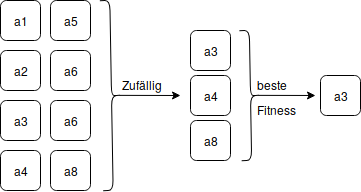
Above: doku/PraxisBerichtTeX/img/tunier.png in OgLocGreen/Genetic_Algorithm (draw.io), before the change. Source tidied: cells renumbered, new cells last; positions are measured from the earlier drawing's top-left corner, leaving out a move shared by most shapes. Source of this version:
```xml
<mxGraphModel>
  <root>
    <mxCell id="0" />
    <mxCell id="1" parent="0" />
    <mxCell id="2" value="a1" style="rounded=1;whiteSpace=wrap;html=1;" parent="1" vertex="1">
      <mxGeometry width="40" height="40" as="geometry" />
    </mxCell>
    <mxCell id="3" value="a2" style="rounded=1;whiteSpace=wrap;html=1;" parent="1" vertex="1">
      <mxGeometry y="50" width="40" height="40" as="geometry" />
    </mxCell>
    <mxCell id="4" value="a3" style="rounded=1;whiteSpace=wrap;html=1;" parent="1" vertex="1">
      <mxGeometry y="100" width="40" height="40" as="geometry" />
    </mxCell>
    <mxCell id="5" value="a5" style="rounded=1;whiteSpace=wrap;html=1;" parent="1" vertex="1">
      <mxGeometry x="50" width="40" height="40" as="geometry" />
    </mxCell>
    <mxCell id="6" value="a6" style="rounded=1;whiteSpace=wrap;html=1;" parent="1" vertex="1">
      <mxGeometry x="50" y="50" width="40" height="40" as="geometry" />
    </mxCell>
    <mxCell id="7" value="a6" style="rounded=1;whiteSpace=wrap;html=1;" parent="1" vertex="1">
      <mxGeometry x="50" y="100" width="40" height="40" as="geometry" />
    </mxCell>
    <mxCell id="8" value="a4" style="rounded=1;whiteSpace=wrap;html=1;" parent="1" vertex="1">
      <mxGeometry y="150" width="40" height="40" as="geometry" />
    </mxCell>
    <mxCell id="9" value="a8" style="rounded=1;whiteSpace=wrap;html=1;" parent="1" vertex="1">
      <mxGeometry x="50" y="150" width="40" height="40" as="geometry" />
    </mxCell>
    <mxCell id="10" style="endArrow=classic;html=1;exitX=0.1;exitY=0.5;exitDx=0;exitDy=0;exitPerimeter=0;entryX=1;entryY=1;entryDx=0;entryDy=0;entryPerimeter=0;" parent="1" edge="1" source="19" target="11">
      <mxGeometry relative="1" as="geometry" />
    </mxCell>
    <mxCell id="11" value="Zufällig" style="text;html=1;points=[];align=left;verticalAlign=top;spacingTop=-4;" parent="1" vertex="1">
      <mxGeometry x="120" y="75" width="60" height="20" as="geometry" />
    </mxCell>
    <mxCell id="12" value="a3" style="rounded=1;whiteSpace=wrap;html=1;" parent="1" vertex="1">
      <mxGeometry x="190" y="30" width="40" height="40" as="geometry" />
    </mxCell>
    <mxCell id="13" value="a4" style="rounded=1;whiteSpace=wrap;html=1;" parent="1" vertex="1">
      <mxGeometry x="190" y="75" width="40" height="40" as="geometry" />
    </mxCell>
    <mxCell id="14" value="a8" style="rounded=1;whiteSpace=wrap;html=1;" parent="1" vertex="1">
      <mxGeometry x="190" y="120" width="40" height="40" as="geometry" />
    </mxCell>
    <mxCell id="15" style="endArrow=classic;html=1;exitX=0.1;exitY=0.5;exitDx=0;exitDy=0;exitPerimeter=0;" parent="1" edge="1" source="20">
      <mxGeometry relative="1" as="geometry">
        <mxPoint x="315" y="95" as="targetPoint" />
      </mxGeometry>
    </mxCell>
    <mxCell id="16" value="beste" style="text;html=1;align=left;verticalAlign=top;spacingTop=-4;" parent="1" vertex="1">
      <mxGeometry x="255" y="75" width="50" height="20" as="geometry" />
    </mxCell>
    <mxCell id="17" value="Fitness" style="text;html=1;align=left;verticalAlign=top;spacingTop=-4;" parent="1" vertex="1">
      <mxGeometry x="255" y="100" width="50" height="20" as="geometry" />
    </mxCell>
    <mxCell id="18" value="a3" style="rounded=1;whiteSpace=wrap;html=1;" parent="1" vertex="1">
      <mxGeometry x="320" y="75" width="40" height="40" as="geometry" />
    </mxCell>
    <mxCell id="19" style="shape=curlyBracket;whiteSpace=wrap;html=1;rounded=1;labelBackgroundColor=none;strokeWidth=1;fillColor=none;fontColor=#000000;rotation=-1;direction=west;" parent="1" vertex="1">
      <mxGeometry x="101" width="20" height="190" as="geometry" />
    </mxCell>
    <mxCell id="20" style="shape=curlyBracket;whiteSpace=wrap;html=1;rounded=1;labelBackgroundColor=none;strokeWidth=1;fillColor=none;fontColor=#000000;rotation=-1;direction=west;" parent="1" vertex="1">
      <mxGeometry x="240" y="30" width="20" height="130" as="geometry" />
    </mxCell>
  </root>
</mxGraphModel>
```
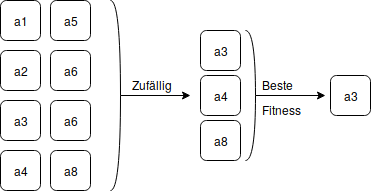
The same diagram one commit later.

The edit, as a diff of the source:
```diff
@@ -26,40 +26,44 @@
     <mxCell id="9" value="a8" style="rounded=1;whiteSpace=wrap;html=1;" parent="1" vertex="1">
       <mxGeometry x="50" y="150" width="40" height="40" as="geometry" />
     </mxCell>
+    <mxCell id="21" style="shape=requiredInterface;html=1;verticalLabelPosition=bottom;" parent="1" vertex="1">
+      <mxGeometry x="110" width="10" height="190" as="geometry" />
+    </mxCell>
-    <mxCell id="10" style="endArrow=classic;html=1;exitX=0.1;exitY=0.5;exitDx=0;exitDy=0;exitPerimeter=0;entryX=1;entryY=1;entryDx=0;entryDy=0;entryPerimeter=0;" parent="1" edge="1" source="19" target="11">
-      <mxGeometry relative="1" as="geometry" />
+    <mxCell id="10" style="endArrow=classic;html=1;" parent="1" edge="1">
+      <mxGeometry relative="1" as="geometry">
+        <mxPoint x="120" y="95" as="sourcePoint" />
+        <mxPoint x="190" y="95" as="targetPoint" />
+      </mxGeometry>
     </mxCell>
     <mxCell id="11" value="Zufällig" style="text;html=1;points=[];align=left;verticalAlign=top;spacingTop=-4;" parent="1" vertex="1">
-      <mxGeometry x="120" y="75" width="60" height="20" as="geometry" />
+      <mxGeometry x="130" y="75" width="60" height="20" as="geometry" />
     </mxCell>
     <mxCell id="12" value="a3" style="rounded=1;whiteSpace=wrap;html=1;" parent="1" vertex="1">
-      <mxGeometry x="190" y="30" width="40" height="40" as="geometry" />
+      <mxGeometry x="200" y="30" width="40" height="40" as="geometry" />
     </mxCell>
     <mxCell id="13" value="a4" style="rounded=1;whiteSpace=wrap;html=1;" parent="1" vertex="1">
-      <mxGeometry x="190" y="75" width="40" height="40" as="geometry" />
+      <mxGeometry x="200" y="75" width="40" height="40" as="geometry" />
     </mxCell>
     <mxCell id="14" value="a8" style="rounded=1;whiteSpace=wrap;html=1;" parent="1" vertex="1">
-      <mxGeometry x="190" y="120" width="40" height="40" as="geometry" />
+      <mxGeometry x="200" y="120" width="40" height="40" as="geometry" />
     </mxCell>
+    <mxCell id="22" style="shape=requiredInterface;html=1;verticalLabelPosition=bottom;" parent="1" vertex="1">
+      <mxGeometry x="245" y="30" width="10" height="130" as="geometry" />
+    </mxCell>
-    <mxCell id="15" style="endArrow=classic;html=1;exitX=0.1;exitY=0.5;exitDx=0;exitDy=0;exitPerimeter=0;" parent="1" edge="1" source="20">
+    <mxCell id="15" style="endArrow=classic;html=1;" parent="1" edge="1">
       <mxGeometry relative="1" as="geometry">
-        <mxPoint x="315" y="95" as="targetPoint" />
+        <mxPoint x="255" y="95" as="sourcePoint" />
+        <mxPoint x="325" y="95" as="targetPoint" />
       </mxGeometry>
     </mxCell>
-    <mxCell id="16" value="beste" style="text;html=1;align=left;verticalAlign=top;spacingTop=-4;" parent="1" vertex="1">
-      <mxGeometry x="255" y="75" width="50" height="20" as="geometry" />
+    <mxCell id="16" value="Beste" style="text;html=1;align=left;verticalAlign=top;spacingTop=-4;" parent="1" vertex="1">
+      <mxGeometry x="260" y="75" width="50" height="20" as="geometry" />
     </mxCell>
     <mxCell id="17" value="Fitness" style="text;html=1;align=left;verticalAlign=top;spacingTop=-4;" parent="1" vertex="1">
-      <mxGeometry x="255" y="100" width="50" height="20" as="geometry" />
+      <mxGeometry x="260" y="100" width="50" height="20" as="geometry" />
     </mxCell>
     <mxCell id="18" value="a3" style="rounded=1;whiteSpace=wrap;html=1;" parent="1" vertex="1">
-      <mxGeometry x="320" y="75" width="40" height="40" as="geometry" />
+      <mxGeometry x="330" y="75" width="40" height="40" as="geometry" />
     </mxCell>
-    <mxCell id="19" style="shape=curlyBracket;whiteSpace=wrap;html=1;rounded=1;labelBackgroundColor=none;strokeWidth=1;fillColor=none;fontColor=#000000;rotation=-1;direction=west;" parent="1" vertex="1">
-      <mxGeometry x="101" width="20" height="190" as="geometry" />
-    </mxCell>
-    <mxCell id="20" style="shape=curlyBracket;whiteSpace=wrap;html=1;rounded=1;labelBackgroundColor=none;strokeWidth=1;fillColor=none;fontColor=#000000;rotation=-1;direction=west;" parent="1" vertex="1">
-      <mxGeometry x="240" y="30" width="20" height="130" as="geometry" />
-    </mxCell>
   </root>
 </mxGraphModel>
```
